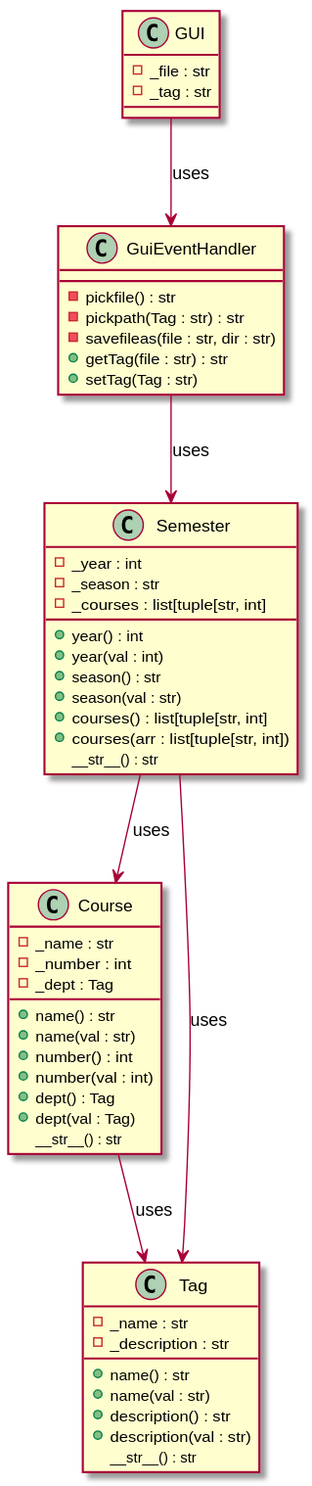
Earlier version of the PlantUML export uml/classes.svg (BandFrLife/fileSorter2026).
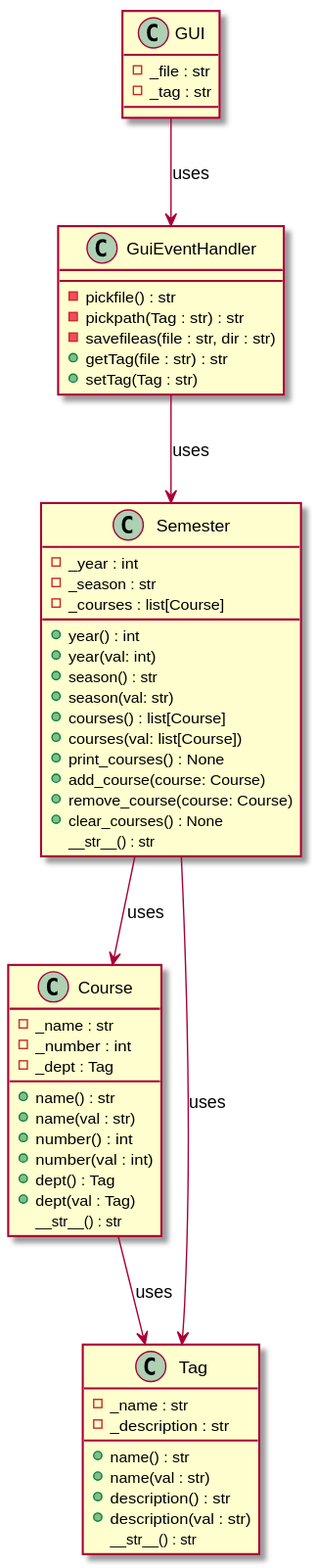
After the commit.

Diff of the diagram source:
```diff
@@ -2,13 +2,17 @@
 class Semester {
     - _year : int
     - _season : str
-    - _courses : list[tuple[str, int]
+    - _courses : list[Course]
     + year() : int
-    + year(val : int)
+    + year(val: int)
     + season() : str
-    + season(val : str)
-    + courses() : list[tuple[str, int]
-    + courses(arr : list[tuple[str, int])
+    + season(val: str)
+    + courses() : list[Course]
+    + courses(val: list[Course])
+    + print_courses() : None
+    + add_course(course: Course)
+    + remove_course(course: Course)
+    + clear_courses() : None
     __str__() : str
 }
 
```
